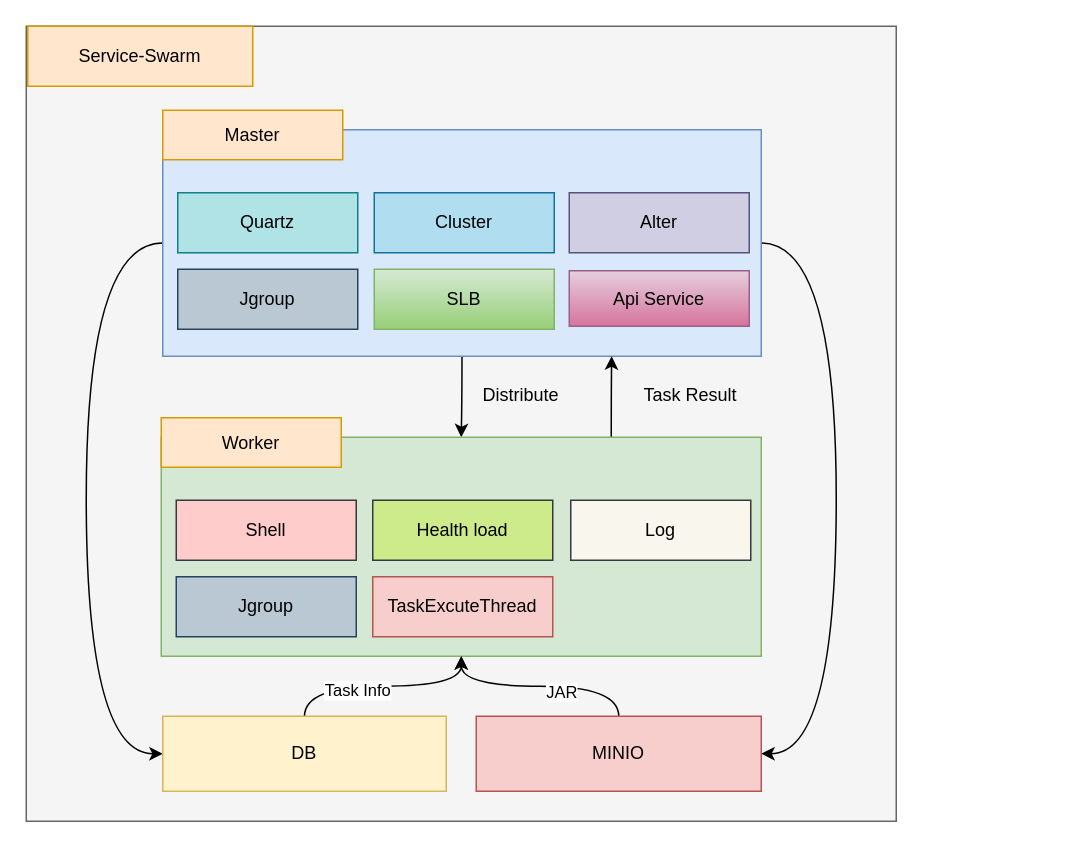
Above: 未命名绘图4.drawio in zengfeiyue/chart (draw.io), before the change. Source tidied: cells renumbered, new cells numbered last; positions are measured from the earlier drawing's top-left corner, leaving out a move shared by most shapes. Both pictures are drawn from the tidied source at 150%, with x=0, y=0 at pixel (26, 26).
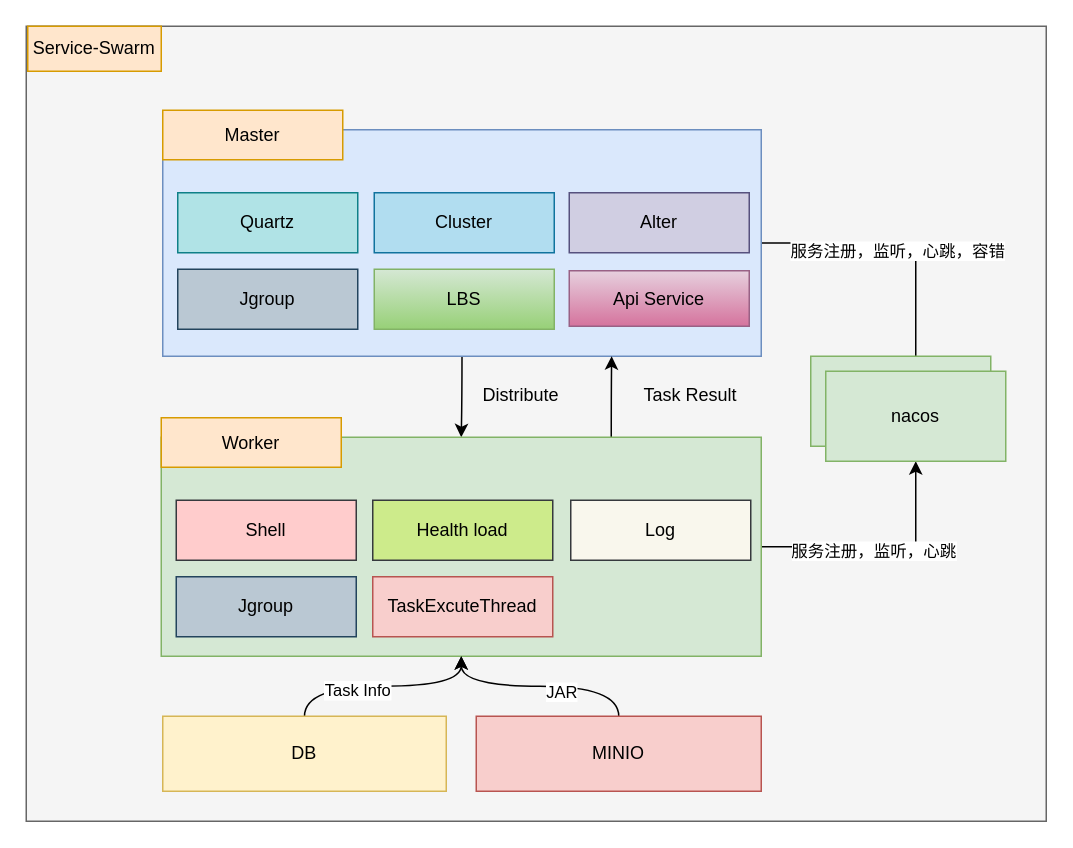
Above is the later version.

Commit message:
Update 未命名绘图4.drawio

The change refers to these unchanged cells:
```xml
<mxCell id="6" style="rounded=0;whiteSpace=wrap;html=1;fillColor=#dae8fc;strokeColor=#6c8ebf;" parent="1" vertex="1">
  <mxGeometry x="91" y="69" width="399" height="151" as="geometry" />
</mxCell>
<mxCell id="15" style="rounded=0;whiteSpace=wrap;html=1;fillColor=#d5e8d4;strokeColor=#82b366;" parent="1" vertex="1">
  <mxGeometry x="90" y="274" width="400" height="146" as="geometry" />
</mxCell>
<mxCell id="23" value="DB" style="rounded=0;whiteSpace=wrap;html=1;fillColor=#fff2cc;strokeColor=#d6b656;" parent="1" vertex="1">
  <mxGeometry x="91" y="460" width="189" height="50" as="geometry" />
</mxCell>
<mxCell id="26" value="MINIO" style="rounded=0;whiteSpace=wrap;html=1;fillColor=#f8cecc;strokeColor=#b85450;" parent="1" vertex="1">
  <mxGeometry x="300" y="460" width="190" height="50" as="geometry" />
</mxCell>
```

What changed in the source:
```diff
@@
     <mxCell id="2" style="rounded=0;whiteSpace=wrap;html=1;fillColor=#f5f5f5;strokeColor=#666666;fontColor=#333333;" parent="1" vertex="1">
-      <mxGeometry width="580" height="530" as="geometry" />
+      <mxGeometry width="680" height="530" as="geometry" />
     </mxCell>
@@
-    <mxCell id="4" style="edgeStyle=orthogonalEdgeStyle;curved=1;rounded=0;jettySize=auto;html=1;exitX=0;exitY=0.5;exitDx=0;exitDy=0;entryX=0;entryY=0.5;entryDx=0;entryDy=0;" parent="1" edge="1" source="6" target="23">
-      <mxGeometry relative="1" as="geometry">
-        <Array as="points">
-          <mxPoint x="40" y="145" />
-          <mxPoint x="40" y="485" />
-        </Array>
-      </mxGeometry>
-    </mxCell>
-    <mxCell id="5" style="edgeStyle=orthogonalEdgeStyle;curved=1;rounded=0;jettySize=auto;html=1;exitX=1;exitY=0.5;exitDx=0;exitDy=0;entryX=1;entryY=0.5;entryDx=0;entryDy=0;" parent="1" edge="1" source="6" target="26">
-      <mxGeometry relative="1" as="geometry">
-        <Array as="points">
-          <mxPoint x="540" y="145" />
-          <mxPoint x="540" y="485" />
-        </Array>
-      </mxGeometry>
-    </mxCell>
+    <mxCell id="31" style="edgeStyle=orthogonalEdgeStyle;rounded=0;jettySize=auto;html=1;exitX=1;exitY=0.5;exitDx=0;exitDy=0;" parent="1" edge="1" source="6" target="37">
+      <mxGeometry relative="1" as="geometry" />
+    </mxCell>
+    <mxCell id="32" value="服务注册，监听，心跳，容错" style="edgeLabel;html=1;align=center;verticalAlign=middle;" parent="31" vertex="1">
+      <mxGeometry x="-0.04" y="-4" relative="1" as="geometry">
+        <mxPoint y="1" as="offset" />
+      </mxGeometry>
+    </mxCell>
@@
-    <mxCell id="10" value="SLB" style="rounded=0;whiteSpace=wrap;html=1;fillColor=#d5e8d4;gradientColor=#97d077;strokeColor=#82b366;" parent="1" vertex="1">
+    <mxCell id="10" value="LBS" style="rounded=0;whiteSpace=wrap;html=1;fillColor=#d5e8d4;gradientColor=#97d077;strokeColor=#82b366;" parent="1" vertex="1">
       <mxGeometry x="232" y="162" width="120" height="40" as="geometry" />
     </mxCell>
@@
+    <mxCell id="33" style="edgeStyle=orthogonalEdgeStyle;rounded=0;jettySize=auto;html=1;exitX=1;exitY=0.5;exitDx=0;exitDy=0;entryX=0.5;entryY=1;entryDx=0;entryDy=0;" parent="1" edge="1" source="15" target="37">
+      <mxGeometry relative="1" as="geometry" />
+    </mxCell>
+    <mxCell id="34" value="服务注册，监听，心跳" style="edgeLabel;html=1;align=center;verticalAlign=middle;" parent="33" vertex="1">
+      <mxGeometry x="-0.07" y="-2" relative="1" as="geometry" />
+    </mxCell>
@@
     <mxCell id="30" value="Service-Swarm" style="rounded=0;whiteSpace=wrap;html=1;fillColor=#ffe6cc;strokeColor=#d79b00;" parent="1" vertex="1">
-      <mxGeometry x="1" width="150" height="40" as="geometry" />
+      <mxGeometry x="1" width="89" height="30" as="geometry" />
     </mxCell>
+    <mxCell id="35" style="group;" parent="1" vertex="1">
+      <mxGeometry x="523" y="220" width="130" height="70" as="geometry" />
+    </mxCell>
+    <mxCell id="36" style="rounded=0;whiteSpace=wrap;html=1;fillColor=#d5e8d4;strokeColor=#82b366;" parent="35" vertex="1">
+      <mxGeometry width="120" height="60" as="geometry" />
+    </mxCell>
+    <mxCell id="37" value="nacos" style="rounded=0;whiteSpace=wrap;html=1;fillColor=#d5e8d4;strokeColor=#82b366;" parent="35" vertex="1">
+      <mxGeometry x="10" y="10" width="120" height="60" as="geometry" />
+    </mxCell>
```
